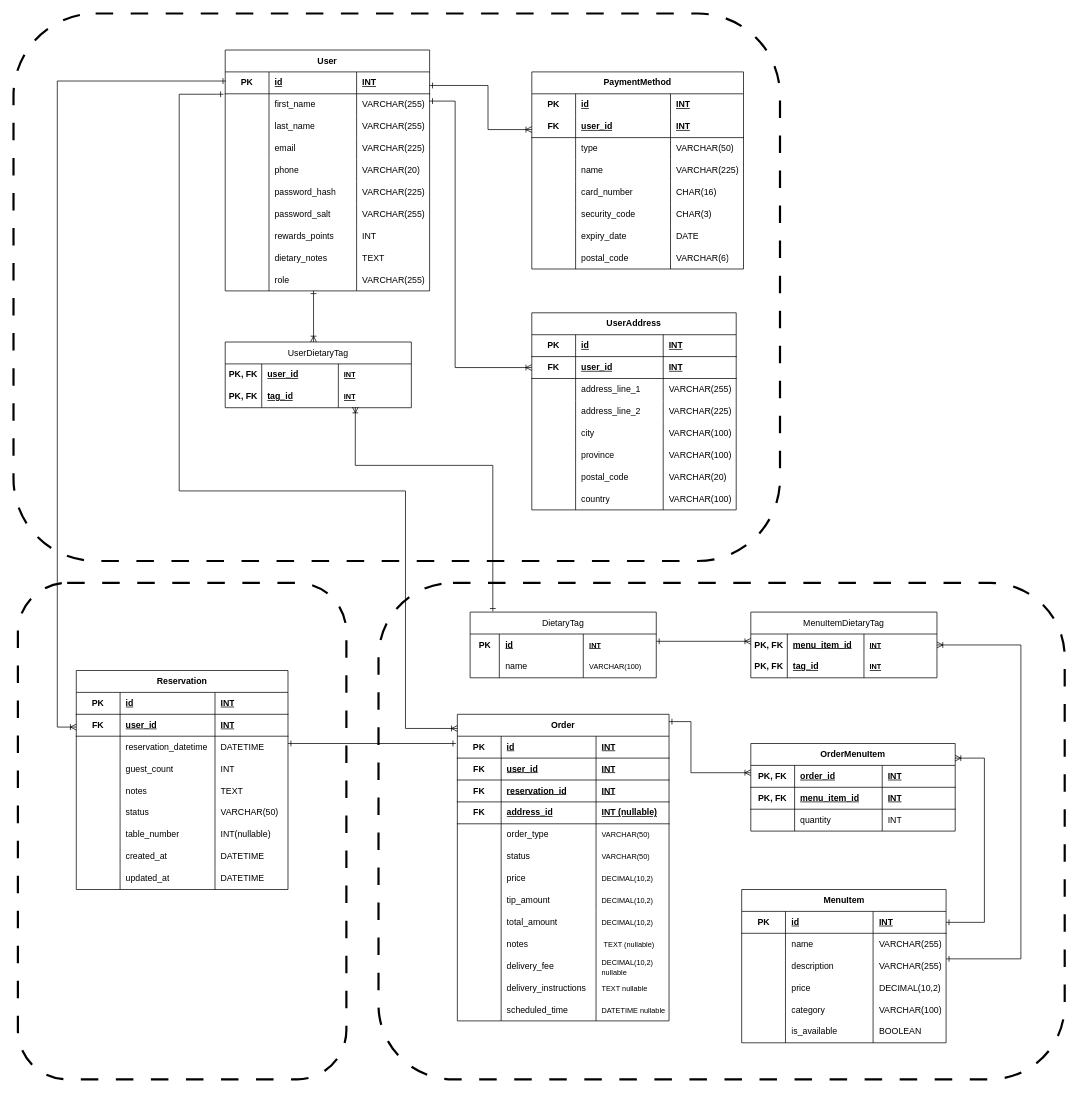
Earlier version of the draw.io diagram page "Version 3" (1 of 3) of docs/ERD.drawio (Web-Development-UAlberta/exsm-3951-exsm-3943-spring-2025-python-c-project-team-restaurant-c). Source tidied: cells renumbered, new cells numbered last; positions are measured from the earlier drawing's top-left corner, leaving out a move shared by most shapes. Both pictures are drawn from the tidied source at 73%, with x=0, y=0 at pixel (13, 13).
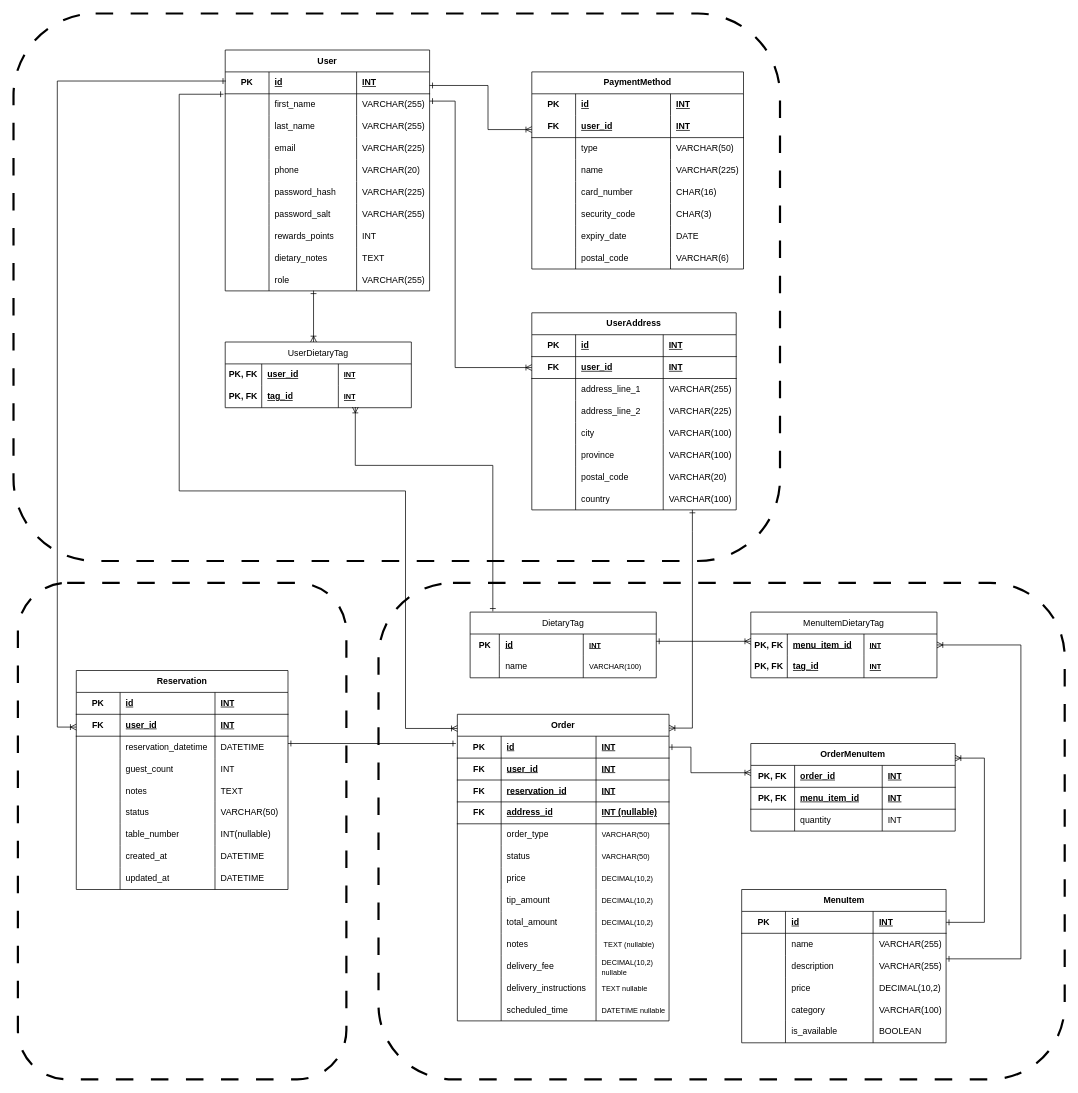
Above is the later version.

Commit message (it also covers changes not shown here):
Add address to order relationship;

The change refers to these unchanged cells:
```xml
<mxCell id="177" value="Order" style="shape=table;startSize=30;childLayout=tableLayout;rowLines=0;fontStyle=1;align=center;html=1;whiteSpace=wrap;" parent="1" vertex="1">
  <mxGeometry x="608" y="960" width="290" height="420" as="geometry" />
</mxCell>
<mxCell id="178" style="shape=tableRow;horizontal=0;startSize=0;swimlaneHead=0;swimlaneBody=0;fillColor=none;points=[[0,0.5],[1,0.5]];portConstraint=eastwest;top=0;left=0;right=0;bottom=1;html=1;" parent="177" vertex="1">
  <mxGeometry y="30" width="290" height="30" as="geometry" />
</mxCell>
```

Diff of the diagram source:
```diff
@@
-    <mxCell id="269" style="edgeStyle=orthogonalEdgeStyle;rounded=0;orthogonalLoop=1;jettySize=auto;html=1;startArrow=ERone;startFill=0;endArrow=ERoneToMany;endFill=0;" parent="1" edge="1">
+    <mxCell id="269" style="edgeStyle=orthogonalEdgeStyle;rounded=0;jettySize=auto;html=1;startArrow=ERone;startFill=0;endArrow=ERoneToMany;endFill=0;exitX=1;exitY=0.5;exitDx=0;exitDy=0;" parent="1" edge="1" source="178">
       <mxGeometry relative="1" as="geometry">
-        <mxPoint x="898" y="970" as="sourcePoint" />
         <mxPoint x="1010" y="1040" as="targetPoint" />
         <Array as="points">
-          <mxPoint x="928" y="970" />
+          <mxPoint x="928" y="1005" />
           <mxPoint x="928" y="1040" />
-          <mxPoint x="1010" y="1040" />
         </Array>
       </mxGeometry>
     </mxCell>
@@
+    <mxCell id="278" style="edgeStyle=orthogonalEdgeStyle;rounded=0;jettySize=auto;html=1;startArrow=ERone;startFill=0;endArrow=ERoneToMany;endFill=0;entryX=1;entryY=0.045;entryDx=0;entryDy=0;entryPerimeter=0;" parent="1" edge="1" target="177">
+      <mxGeometry relative="1" as="geometry">
+        <mxPoint x="930" y="680" as="sourcePoint" />
+        <Array as="points">
+          <mxPoint x="930" y="710" />
+          <mxPoint x="930" y="710" />
+          <mxPoint x="930" y="979" />
+        </Array>
+      </mxGeometry>
+    </mxCell>
```
